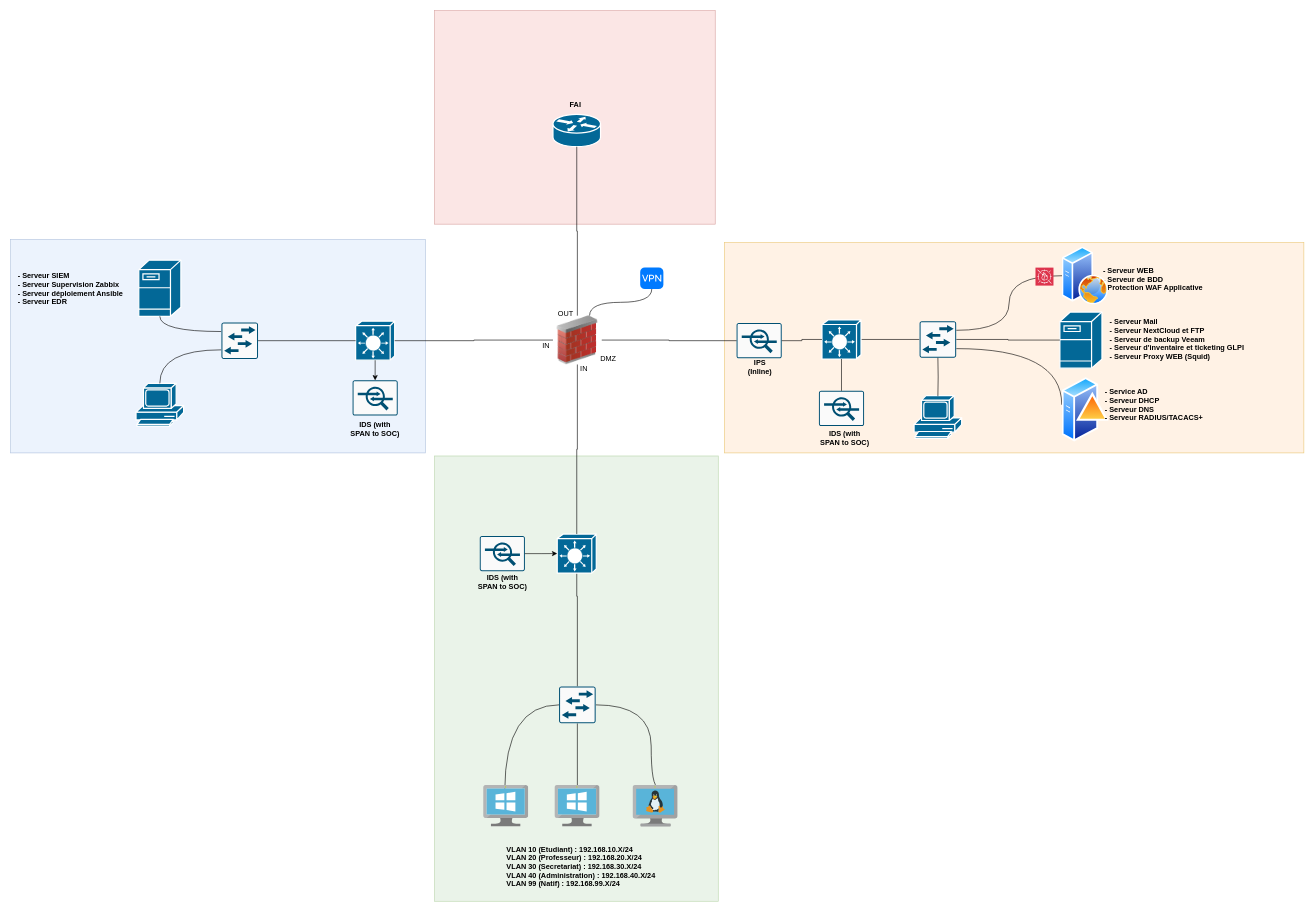
Before: Architecture_homelab.drawio in egoMasa/HomeLab, a draw.io diagram. Source tidied: cells renumbered, new cells numbered last; positions are measured from the earlier drawing's top-left corner, leaving out a move shared by most shapes. Both pictures are drawn from the tidied source at 61%, with x=0, y=0 at pixel (10, 10).
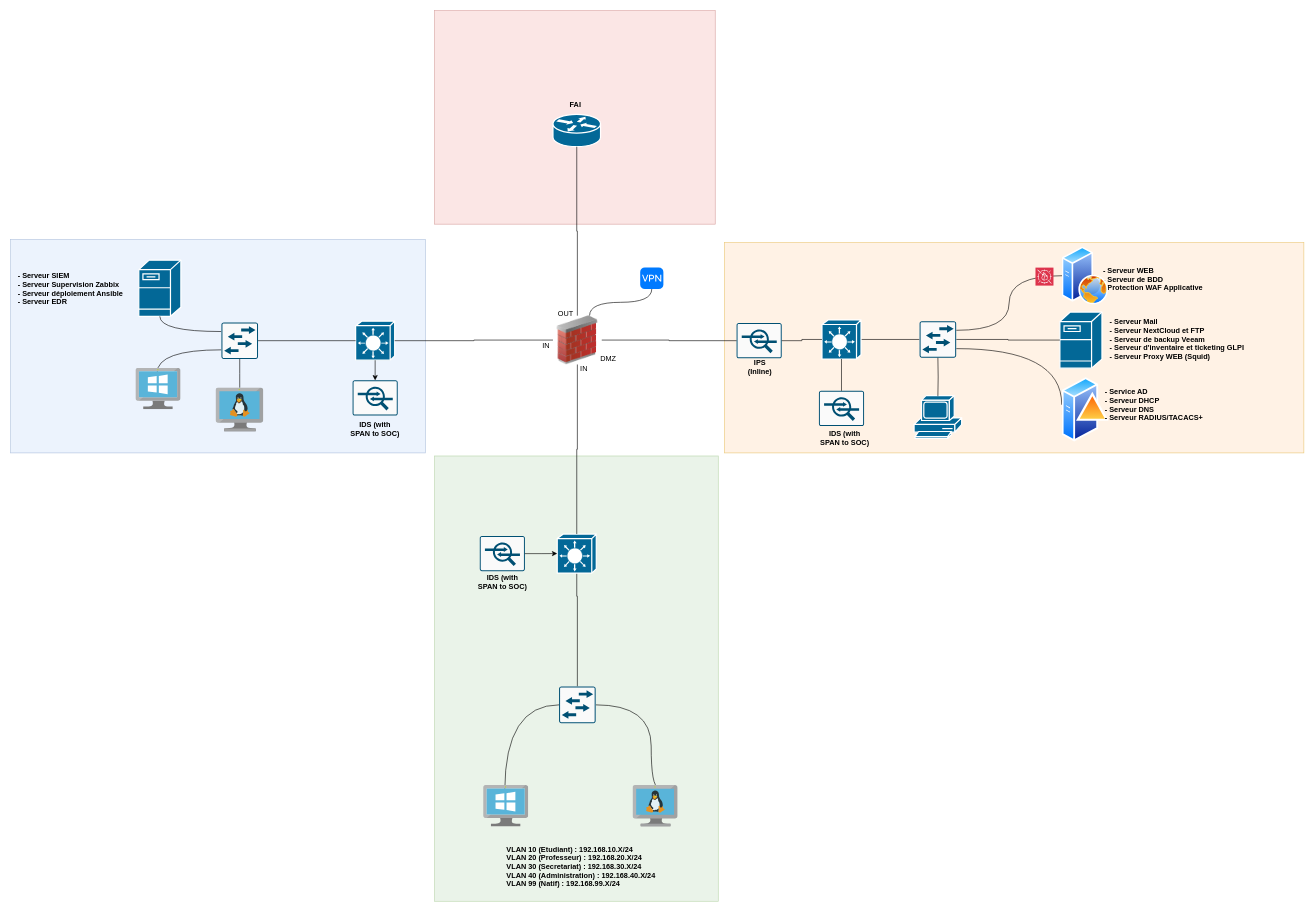
The same page after the edit.

Commit message:
Architecture complète

Unchanged cells that the change refers to:
```xml
<mxCell id="28" style="sketch=0;points=[[0.015,0.015,0],[0.985,0.015,0],[0.985,0.985,0],[0.015,0.985,0],[0.25,0,0],[0.5,0,0],[0.75,0,0],[1,0.25,0],[1,0.5,0],[1,0.75,0],[0.75,1,0],[0.5,1,0],[0.25,1,0],[0,0.75,0],[0,0.5,0],[0,0.25,0]];verticalLabelPosition=bottom;html=1;verticalAlign=top;align=center;shape=mxgraph.cisco19.rect;prIcon=l2_switch;fillColor=#FAFAFA;strokeColor=#005073;" parent="1" vertex="1">
  <mxGeometry x="899" y="1108" width="60" height="60" as="geometry" />
</mxCell>
<mxCell id="30" style="sketch=0;points=[[0.015,0.015,0],[0.985,0.015,0],[0.985,0.985,0],[0.015,0.985,0],[0.25,0,0],[0.5,0,0],[0.75,0,0],[1,0.25,0],[1,0.5,0],[1,0.75,0],[0.75,1,0],[0.5,1,0],[0.25,1,0],[0,0.75,0],[0,0.5,0],[0,0.25,0]];verticalLabelPosition=bottom;html=1;verticalAlign=top;align=center;shape=mxgraph.cisco19.rect;prIcon=l2_switch;fillColor=#FAFAFA;strokeColor=#005073;" parent="1" vertex="1">
  <mxGeometry x="345.5" y="511" width="60" height="60" as="geometry" />
</mxCell>
```

Diff of the diagram source:
```diff
@@
-    <mxCell id="15" style="edgeStyle=orthogonalEdgeStyle;rounded=0;jettySize=auto;html=1;exitX=0.501;exitY=0.013;exitDx=0;exitDy=0;exitPerimeter=0;endArrow=none;endFill=0;entryX=0.5;entryY=1;entryDx=0;entryDy=0;entryPerimeter=0;" parent="1" edge="1" source="43" target="28">
-      <mxGeometry relative="1" as="geometry" />
-    </mxCell>
@@
-    <mxCell id="17" style="shape=mxgraph.cisco.computers_and_peripherals.pc;sketch=0;html=1;dashed=0;fillColor=#036897;strokeColor=#ffffff;strokeWidth=2;verticalLabelPosition=bottom;verticalAlign=top;align=center;outlineConnect=0;" parent="1" vertex="1">
-      <mxGeometry x="205.5" y="611" width="78" height="70" as="geometry" />
-    </mxCell>
@@
-    <mxCell id="27" style="edgeStyle=orthogonalEdgeStyle;rounded=0;jettySize=auto;html=1;exitX=0;exitY=0.75;exitDx=0;exitDy=0;exitPerimeter=0;entryX=0.5;entryY=0;entryDx=0;entryDy=0;entryPerimeter=0;curved=1;endArrow=none;endFill=0;" parent="1" edge="1" source="30" target="17">
-      <mxGeometry relative="1" as="geometry" />
+    <mxCell id="27" style="edgeStyle=orthogonalEdgeStyle;rounded=0;jettySize=auto;html=1;exitX=0;exitY=0.75;exitDx=0;exitDy=0;exitPerimeter=0;entryX=0.5;entryY=0;entryDx=0;entryDy=0;entryPerimeter=0;curved=1;endArrow=none;endFill=0;" parent="1" edge="1" source="30">
+      <mxGeometry relative="1" as="geometry">
+        <mxPoint x="240" y="593.8" as="targetPoint" />
+      </mxGeometry>
     </mxCell>
@@
+    <mxCell id="64" style="edgeStyle=orthogonalEdgeStyle;rounded=0;jettySize=auto;html=1;exitX=0.5;exitY=1;exitDx=0;exitDy=0;exitPerimeter=0;endArrow=none;endFill=0;" parent="1" edge="1" source="30" target="65">
+      <mxGeometry relative="1" as="geometry" />
+    </mxCell>
@@
-    <mxCell id="43" style="image;sketch=0;html=1;points=[];align=center;fontSize=12;image=img/lib/mscae/VirtualMachineWindows.svg;" parent="1" vertex="1">
-      <mxGeometry x="892" y="1270" width="73.9" height="68" as="geometry" />
-    </mxCell>
@@
+    <mxCell id="65" style="image;sketch=0;html=1;points=[];align=center;fontSize=12;image=img/lib/mscae/VM_Linux.svg;" parent="1" vertex="1">
+      <mxGeometry x="336.4" y="618.2" width="78.3" height="72" as="geometry" />
+    </mxCell>
+    <mxCell id="66" style="image;sketch=0;html=1;align=center;fontSize=12;image=img/lib/mscae/VirtualMachineWindows.svg;" parent="1" vertex="1">
+      <mxGeometry x="205.1" y="586" width="73.9" height="68" as="geometry" />
+    </mxCell>
```
